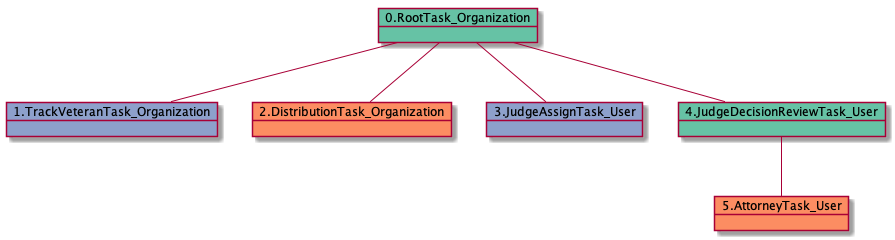
This is docs-DR/uml/RTO.TVTO.DTO.JATU-40595.png from yoomlam/graphing, a PlantUML export, as it was before one commit. Its diagram source:
```plantuml
@startuml
object 0.RootTask_Organization #66c2a5
object 1.TrackVeteranTask_Organization #8da0cb
object 2.DistributionTask_Organization #fc8d62
object 3.JudgeAssignTask_User #8da0cb
object 4.JudgeDecisionReviewTask_User #66c2a5
object 5.AttorneyTask_User #fc8d62
0.RootTask_Organization -- 1.TrackVeteranTask_Organization
0.RootTask_Organization -- 2.DistributionTask_Organization
0.RootTask_Organization -- 3.JudgeAssignTask_User
0.RootTask_Organization -- 4.JudgeDecisionReviewTask_User
4.JudgeDecisionReviewTask_User -- 5.AttorneyTask_User
@enduml
```
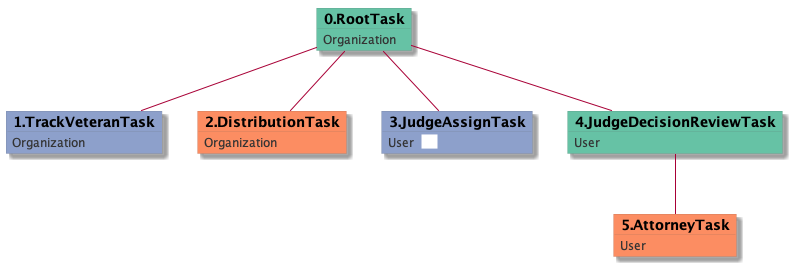
After the change.

What changed in the source:
```diff
@@ -1,13 +1,33 @@
 @startuml
-object 0.RootTask_Organization #66c2a5
-object 1.TrackVeteranTask_Organization #8da0cb
-object 2.DistributionTask_Organization #fc8d62
-object 3.JudgeAssignTask_User #8da0cb
-object 4.JudgeDecisionReviewTask_User #66c2a5
-object 5.AttorneyTask_User #fc8d62
-0.RootTask_Organization -- 1.TrackVeteranTask_Organization
-0.RootTask_Organization -- 2.DistributionTask_Organization
-0.RootTask_Organization -- 3.JudgeAssignTask_User
-0.RootTask_Organization -- 4.JudgeDecisionReviewTask_User
-4.JudgeDecisionReviewTask_User -- 5.AttorneyTask_User
+skinparam {
+  ObjectBorderColor #555
+  ObjectBorderThickness 0
+  ObjectFontStyle bold
+  ObjectFontSize 14
+  ObjectAttributeFontColor #333
+  ObjectAttributeFontSize 12
+}
+  object 0.RootTask #66c2a5 {
+Organization
+}
+  object 1.TrackVeteranTask #8da0cb {
+Organization
+}
+  object 2.DistributionTask #fc8d62 {
+Organization
+}
+  object 3.JudgeAssignTask #8da0cb {
+User  <back:white>    </back>
+}
+  object 4.JudgeDecisionReviewTask #66c2a5 {
+User
+}
+  object 5.AttorneyTask #fc8d62 {
+User
+}
+0.RootTask -- 1.TrackVeteranTask
+0.RootTask -- 2.DistributionTask
+0.RootTask -- 3.JudgeAssignTask
+0.RootTask -- 4.JudgeDecisionReviewTask
+4.JudgeDecisionReviewTask -- 5.AttorneyTask
 @enduml
```
